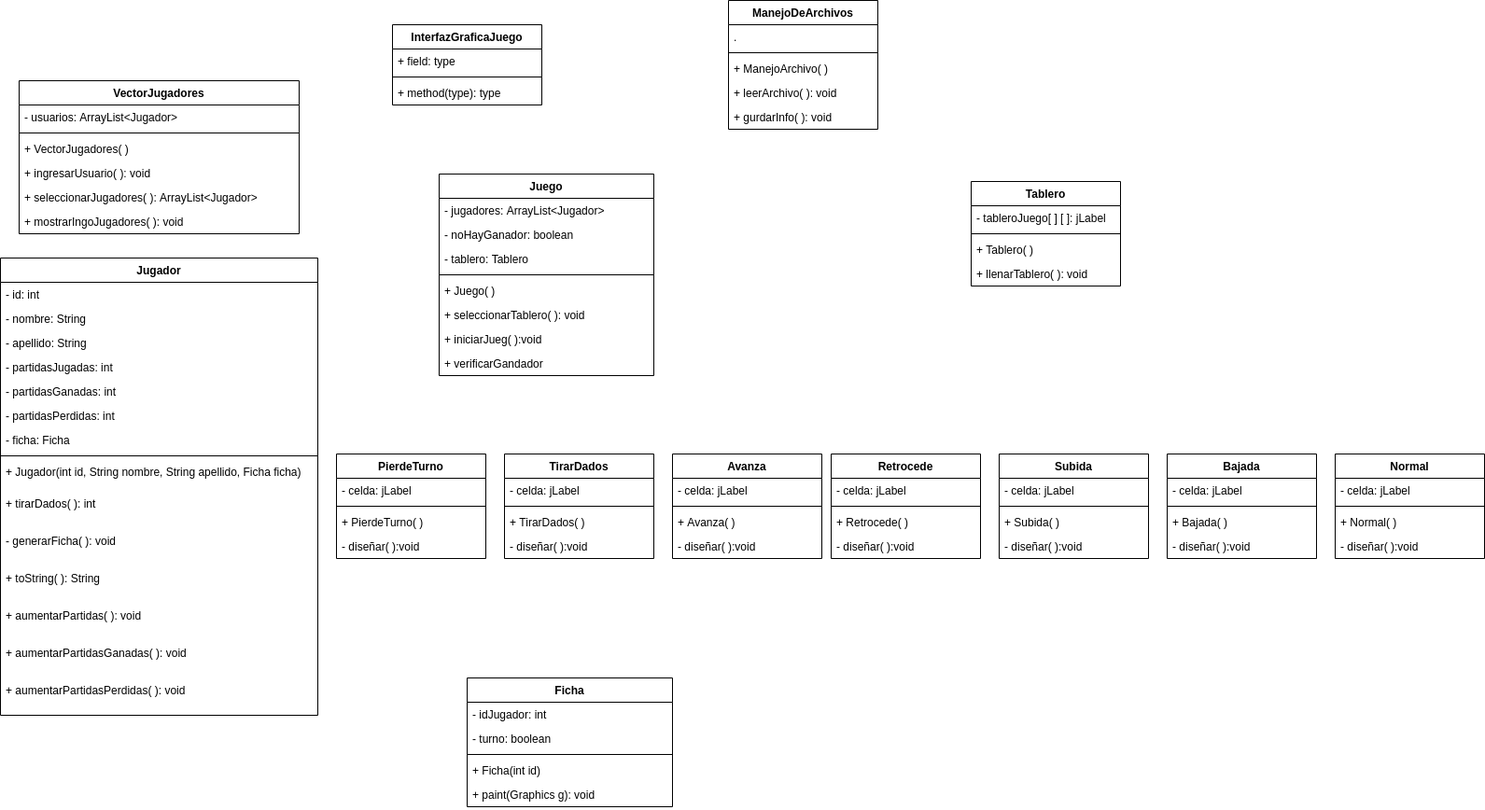
Earlier version of the draw.io export Proyecto Final.png (Pabloluis10/Escaleras-y-Serpientes). Source tidied: cells renumbered, new cells last; positions are measured from the earlier drawing's top-left corner, leaving out a move shared by most shapes.
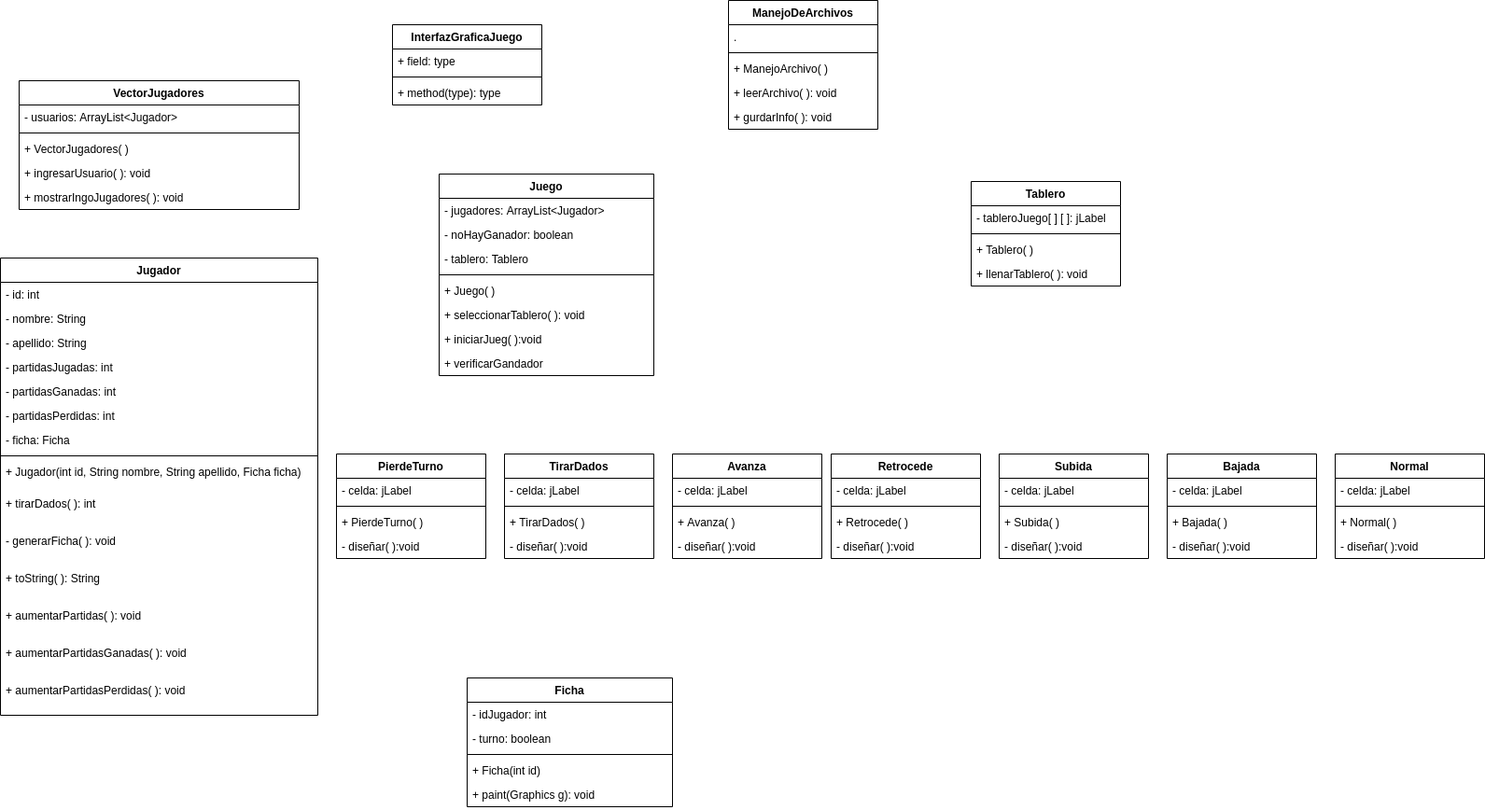
Later version of the same file.

Commit message:
Agregue el VectorJugadores.java el metodo infoJugadores

Change to the diagram source:
```diff
@@ -84,7 +84,7 @@
       <mxGeometry y="86" width="160" height="26" as="geometry" />
     </mxCell>
     <mxCell id="29" value="VectorJugadores" style="swimlane;fontStyle=1;align=center;verticalAlign=top;horizontal=1;startSize=26;" parent="1" vertex="1">
-      <mxGeometry x="20" y="86" width="300" height="164" as="geometry" />
+      <mxGeometry x="20" y="86" width="300" height="138" as="geometry" />
     </mxCell>
     <mxCell id="30" value="- usuarios: ArrayList&lt;Jugador&gt;" style="text;strokeColor=none;fillColor=none;align=left;verticalAlign=top;spacingLeft=4;spacingRight=4;overflow=hidden;" parent="29" vertex="1">
       <mxGeometry y="26" width="300" height="26" as="geometry" />
@@ -98,11 +98,8 @@
     <mxCell id="33" value="+ ingresarUsuario( ): void" style="text;strokeColor=none;fillColor=none;align=left;verticalAlign=top;spacingLeft=4;spacingRight=4;overflow=hidden;" parent="29" vertex="1">
       <mxGeometry y="86" width="300" height="26" as="geometry" />
     </mxCell>
-    <mxCell id="34" value="+ seleccionarJugadores( ): ArrayList&lt;Jugador&gt;" style="text;strokeColor=none;fillColor=none;align=left;verticalAlign=top;spacingLeft=4;spacingRight=4;overflow=hidden;" parent="29" vertex="1">
-      <mxGeometry y="112" width="300" height="26" as="geometry" />
-    </mxCell>
     <mxCell id="35" value="+ mostrarIngoJugadores( ): void" style="text;strokeColor=none;fillColor=none;align=left;verticalAlign=top;spacingLeft=4;spacingRight=4;overflow=hidden;" parent="29" vertex="1">
-      <mxGeometry y="138" width="300" height="26" as="geometry" />
+      <mxGeometry y="112" width="300" height="26" as="geometry" />
     </mxCell>
     <mxCell id="36" value="PierdeTurno" style="swimlane;fontStyle=1;align=center;verticalAlign=top;horizontal=1;startSize=26;" parent="1" vertex="1">
       <mxGeometry x="360" y="486" width="160" height="112" as="geometry" />
```
